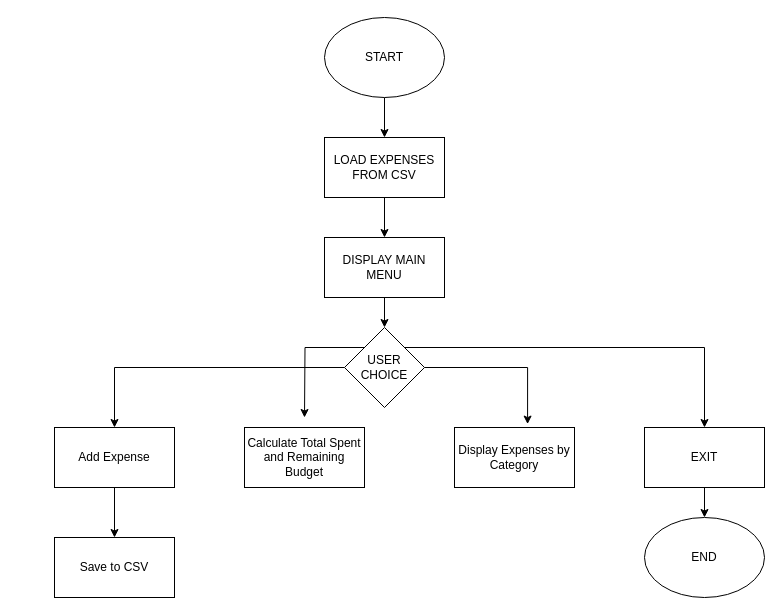
anikettoshn/Student-Budget-Tracker keeps this draw.io diagram as Student Budget Tracker.drawio. Above is the earlier version. Source tidied: cells renumbered, new cells numbered last; positions are measured from the earlier drawing's top-left corner, leaving out a move shared by most shapes. Both pictures are drawn from the tidied source at 100%, with x=0, y=0 at pixel (54, 17).
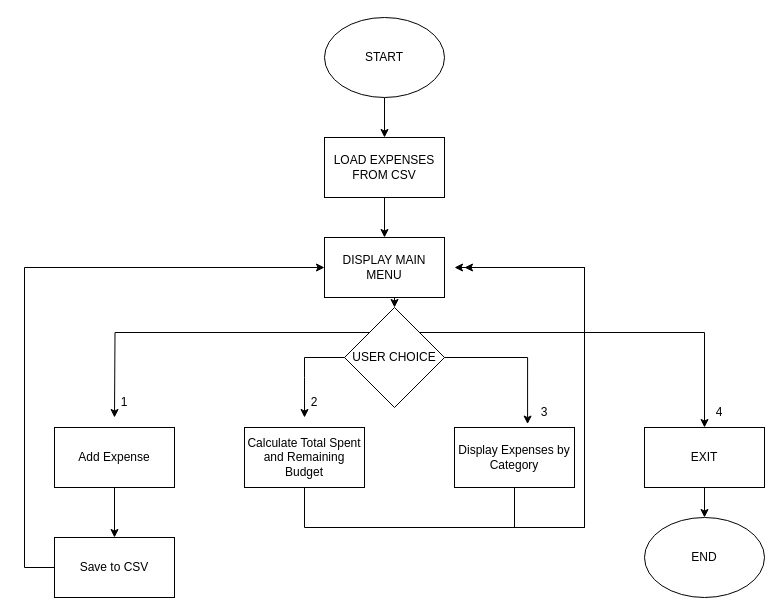
The same page after the edit.

Commit message:
Revise diagram structure for Student Budget Tracker

Updated the diagram structure and elements for the Student Budget Tracker.

The change refers to these unchanged cells:
```xml
<mxCell id="7" value="DISPLAY MAIN MENU" style="rounded=0;whiteSpace=wrap;html=1;" parent="1" vertex="1">
  <mxGeometry x="270" y="220" width="120" height="60" as="geometry" />
</mxCell>
<mxCell id="13" value="Add Expense" style="rounded=0;whiteSpace=wrap;html=1;" parent="1" vertex="1">
  <mxGeometry y="410" width="120" height="60" as="geometry" />
</mxCell>
<mxCell id="14" value="Save to CSV" style="rounded=0;whiteSpace=wrap;html=1;" parent="1" vertex="1">
  <mxGeometry y="520" width="120" height="60" as="geometry" />
</mxCell>
<mxCell id="15" value="Calculate Total Spent and Remaining Budget" style="rounded=0;whiteSpace=wrap;html=1;" parent="1" vertex="1">
  <mxGeometry x="190" y="410" width="120" height="60" as="geometry" />
</mxCell>
```

The edit, as a diff of the source:
```diff
@@
-    <mxCell id="8" style="edgeStyle=orthogonalEdgeStyle;rounded=0;jettySize=auto;html=1;entryX=0.5;entryY=0;entryDx=0;entryDy=0;defaultLabelBackgroundColor=page;" parent="1" edge="1" source="11" target="13">
-      <mxGeometry relative="1" as="geometry" />
-    </mxCell>
@@
     <mxCell id="10" style="edgeStyle=orthogonalEdgeStyle;rounded=0;jettySize=auto;html=1;exitX=0;exitY=0;exitDx=0;exitDy=0;defaultLabelBackgroundColor=page;" parent="1" edge="1" source="11">
-      <mxGeometry relative="1" as="geometry">
-        <mxPoint x="250" y="400" as="targetPoint" />
+      <mxGeometry x="0.59" relative="1" as="geometry">
+        <mxPoint x="60" y="400" as="targetPoint" />
       </mxGeometry>
     </mxCell>
     <mxCell id="11" value="USER CHOICE" style="rhombus;whiteSpace=wrap;html=1;shapeInside=1;" parent="1" vertex="1">
-      <mxGeometry x="290" y="310" width="80" height="80" as="geometry" />
+      <mxGeometry x="290" y="290" width="100" height="100" as="geometry" />
     </mxCell>
@@
+    <mxCell id="21" style="endArrow=classic;html=1;rounded=0;defaultLabelBackgroundColor=page;labelPadding=0 4;exitX=0;exitY=0.5;exitDx=0;exitDy=0;" parent="1" edge="1" source="11">
+      <mxGeometry x="0.1" relative="1" as="geometry">
+        <mxPoint x="250" y="400" as="targetPoint" />
+        <Array as="points">
+          <mxPoint x="250" y="340" />
+          <mxPoint x="250" y="360" />
+        </Array>
+      </mxGeometry>
+    </mxCell>
+    <mxCell id="22" style="endArrow=classic;html=1;rounded=0;defaultLabelBackgroundColor=page;labelPadding=0 4;exitX=0;exitY=0.5;exitDx=0;exitDy=0;entryX=0;entryY=0.5;entryDx=0;entryDy=0;" parent="1" edge="1" source="14" target="7">
+      <mxGeometry x="0.04" relative="1" as="geometry">
+        <Array as="points">
+          <mxPoint x="-30" y="550" />
+          <mxPoint x="-30" y="250" />
+        </Array>
+      </mxGeometry>
+    </mxCell>
+    <mxCell id="23" value="1" style="text;html=1;whiteSpace=wrap;strokeColor=none;fillColor=none;align=center;verticalAlign=middle;rounded=0;" parent="1" vertex="1">
+      <mxGeometry x="40" y="370" width="60" height="30" as="geometry" />
+    </mxCell>
+    <mxCell id="24" value="2" style="text;html=1;whiteSpace=wrap;strokeColor=none;fillColor=none;align=center;verticalAlign=middle;rounded=0;" parent="1" vertex="1">
+      <mxGeometry x="230" y="370" width="60" height="30" as="geometry" />
+    </mxCell>
+    <mxCell id="25" value="3" style="text;html=1;whiteSpace=wrap;strokeColor=none;fillColor=none;align=center;verticalAlign=middle;rounded=0;" parent="1" vertex="1">
+      <mxGeometry x="460" y="380" width="60" height="30" as="geometry" />
+    </mxCell>
+    <mxCell id="26" value="4" style="text;html=1;whiteSpace=wrap;strokeColor=none;fillColor=none;align=center;verticalAlign=middle;rounded=0;" parent="1" vertex="1">
+      <mxGeometry x="650" y="380" width="30" height="30" as="geometry" />
+    </mxCell>
+    <mxCell id="27" style="endArrow=classic;html=1;rounded=0;defaultLabelBackgroundColor=page;labelPadding=0 4;" parent="1" edge="1">
+      <mxGeometry x="0.06" relative="1" as="geometry">
+        <mxPoint x="460" y="470" as="sourcePoint" />
+        <mxPoint x="400" y="250" as="targetPoint" />
+        <Array as="points">
+          <mxPoint x="460" y="510" />
+          <mxPoint x="530" y="510" />
+          <mxPoint x="530" y="250" />
+        </Array>
+      </mxGeometry>
+    </mxCell>
+    <mxCell id="28" style="endArrow=classic;html=1;rounded=0;defaultLabelBackgroundColor=page;labelPadding=0 4;exitX=0.5;exitY=1;exitDx=0;exitDy=0;" parent="1" edge="1" source="15">
+      <mxGeometry x="-0.13" relative="1" as="geometry">
+        <mxPoint x="410" y="250" as="targetPoint" />
+        <Array as="points">
+          <mxPoint x="250" y="510" />
+          <mxPoint x="530" y="510" />
+          <mxPoint x="530" y="250" />
+        </Array>
+      </mxGeometry>
+    </mxCell>
```
